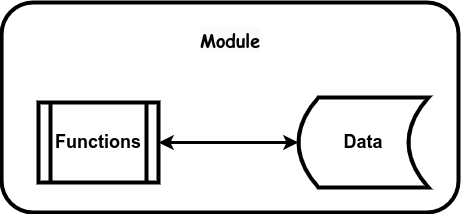
This is images/module.drawio.png from garfix/architectural-patterns, a draw.io export, as it was before one commit. Source tidied: cells renumbered, new cells last; positions are measured from the earlier drawing's top-left corner, leaving out a move shared by most shapes. Its diagram source:
```xml
<mxGraphModel>
  <root>
    <mxCell id="0" />
    <mxCell id="1" parent="0" />
    <mxCell id="2" value="&lt;span style=&quot;font-size: 18px;&quot;&gt;&lt;br&gt;&lt;/span&gt;" style="rounded=1;whiteSpace=wrap;html=1;strokeWidth=4;fontFamily=Comic Sans MS;fontSize=18;" parent="1" vertex="1">
      <mxGeometry x="0.1" width="456.9" height="210" as="geometry" />
    </mxCell>
    <mxCell id="3" value="&lt;b&gt;Data&lt;/b&gt;" style="shape=dataStorage;whiteSpace=wrap;html=1;fixedSize=1;strokeWidth=4;fontSize=18;" parent="1" vertex="1">
      <mxGeometry x="297" y="95" width="130" height="90" as="geometry" />
    </mxCell>
    <mxCell id="4" value="&lt;b&gt;&lt;font style=&quot;font-size: 18px;&quot;&gt;Functions&lt;/font&gt;&lt;/b&gt;" style="shape=process;whiteSpace=wrap;html=1;backgroundOutline=1;strokeWidth=4;" parent="1" vertex="1">
      <mxGeometry x="37" y="100" width="120" height="80" as="geometry" />
    </mxCell>
    <mxCell id="5" style="endArrow=classic;startArrow=classic;html=1;rounded=0;strokeWidth=3;endFill=1;" parent="1" edge="1" source="3" target="4">
      <mxGeometry relative="1" as="geometry" />
    </mxCell>
    <mxCell id="6" value="&lt;b style=&quot;border-color: var(--border-color); color: rgb(0, 0, 0); font-family: &amp;quot;Comic Sans MS&amp;quot;; font-size: 18px; font-style: normal; font-variant-ligatures: normal; font-variant-caps: normal; letter-spacing: normal; orphans: 2; text-align: center; text-indent: 0px; text-transform: none; widows: 2; word-spacing: 0px; -webkit-text-stroke-width: 0px; background-color: rgb(251, 251, 251); text-decoration-thickness: initial; text-decoration-style: initial; text-decoration-color: initial;&quot;&gt;Module&lt;/b&gt;" style="text;whiteSpace=wrap;html=1;" parent="1" vertex="1">
      <mxGeometry x="197" y="20" width="63.5" height="50" as="geometry" />
    </mxCell>
  </root>
</mxGraphModel>
```
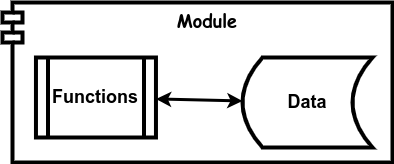
After the change.

The edit, as a diff of the source:
```diff
@@ -2,20 +2,17 @@
   <root>
     <mxCell id="0" />
     <mxCell id="1" parent="0" />
-    <mxCell id="2" value="&lt;span style=&quot;font-size: 18px;&quot;&gt;&lt;br&gt;&lt;/span&gt;" style="rounded=1;whiteSpace=wrap;html=1;strokeWidth=4;fontFamily=Comic Sans MS;fontSize=18;" parent="1" vertex="1">
-      <mxGeometry x="0.1" width="456.9" height="210" as="geometry" />
-    </mxCell>
+    <mxCell id="6" value="&lt;font size=&quot;1&quot; face=&quot;Comic Sans MS&quot;&gt;&lt;b style=&quot;font-size: 18px;&quot;&gt;Module&lt;/b&gt;&lt;/font&gt;" style="shape=module;align=left;spacingLeft=20;align=center;verticalAlign=top;whiteSpace=wrap;html=1;strokeWidth=4;" parent="1" vertex="1">
+      <mxGeometry x="107" y="290" width="390" height="160" as="geometry" />
+    </mxCell>
     <mxCell id="3" value="&lt;b&gt;Data&lt;/b&gt;" style="shape=dataStorage;whiteSpace=wrap;html=1;fixedSize=1;strokeWidth=4;fontSize=18;" parent="1" vertex="1">
-      <mxGeometry x="297" y="95" width="130" height="90" as="geometry" />
+      <mxGeometry x="347" y="345" width="130" height="90" as="geometry" />
     </mxCell>
     <mxCell id="4" value="&lt;b&gt;&lt;font style=&quot;font-size: 18px;&quot;&gt;Functions&lt;/font&gt;&lt;/b&gt;" style="shape=process;whiteSpace=wrap;html=1;backgroundOutline=1;strokeWidth=4;" parent="1" vertex="1">
-      <mxGeometry x="37" y="100" width="120" height="80" as="geometry" />
+      <mxGeometry x="140.5" y="345" width="120" height="80" as="geometry" />
     </mxCell>
     <mxCell id="5" style="endArrow=classic;startArrow=classic;html=1;rounded=0;strokeWidth=3;endFill=1;" parent="1" edge="1" source="3" target="4">
       <mxGeometry relative="1" as="geometry" />
     </mxCell>
-    <mxCell id="6" value="&lt;b style=&quot;border-color: var(--border-color); color: rgb(0, 0, 0); font-family: &amp;quot;Comic Sans MS&amp;quot;; font-size: 18px; font-style: normal; font-variant-ligatures: normal; font-variant-caps: normal; letter-spacing: normal; orphans: 2; text-align: center; text-indent: 0px; text-transform: none; widows: 2; word-spacing: 0px; -webkit-text-stroke-width: 0px; background-color: rgb(251, 251, 251); text-decoration-thickness: initial; text-decoration-style: initial; text-decoration-color: initial;&quot;&gt;Module&lt;/b&gt;" style="text;whiteSpace=wrap;html=1;" parent="1" vertex="1">
-      <mxGeometry x="197" y="20" width="63.5" height="50" as="geometry" />
-    </mxCell>
   </root>
 </mxGraphModel>
```
